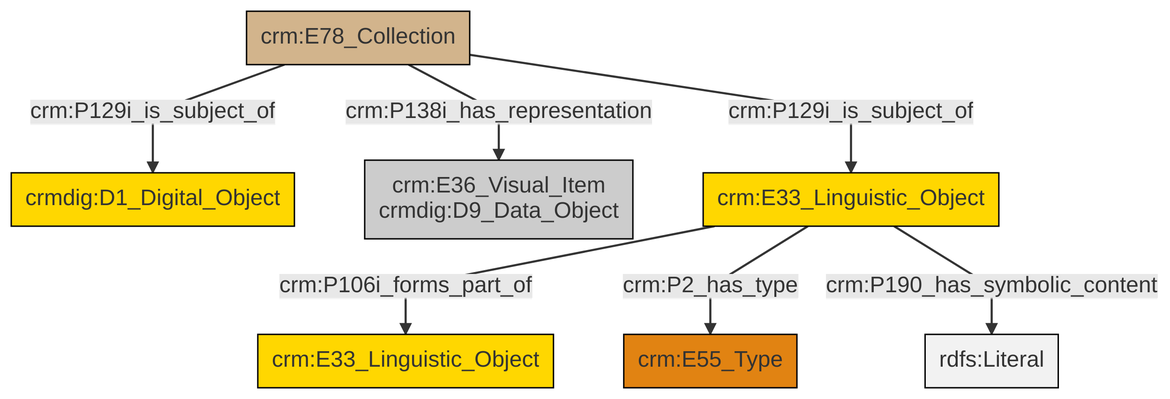
Above: et/archivalCSV/ttl/mmd/png/archival_docs.png in swiss-art-research-net/docs.swissartresearch (Mermaid), before the change. Its source is kept beside it as et/archivalCSV/ttl/mmd/archival_docs.ttl.mmd.
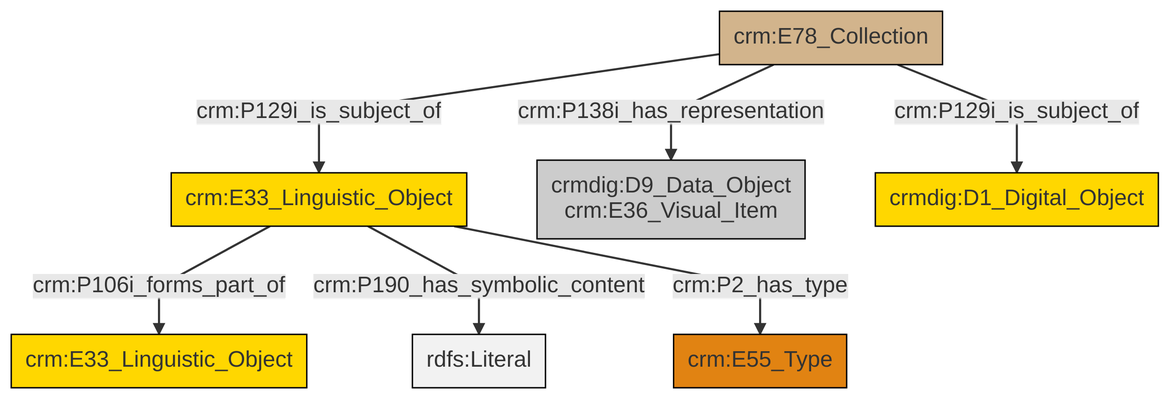
The same file after the commit.

Change to the diagram source:
```diff
@@ -13,9 +13,9 @@
 classDef PC_Classes fill:#4ce600, stroke:#000000;
 classDef Multi fill:#cccccc,stroke:#000000;
 
-0["crm:E78_Collection"]:::Physical_Thing -->|crm:P129i_is_subject_of| 1["crmdig:D1_Digital_Object"]:::Conceptual_Object
-4["crm:E33_Linguistic_Object"]:::Conceptual_Object -->|crm:P106i_forms_part_of| 5["crm:E33_Linguistic_Object"]:::Conceptual_Object
-0["crm:E78_Collection"]:::Physical_Thing -->|crm:P138i_has_representation| 2["crm:E36_Visual_Item<br>crmdig:D9_Data_Object"]:::Multi
-4["crm:E33_Linguistic_Object"]:::Conceptual_Object -->|crm:P2_has_type| 6["crm:E55_Type"]:::Type
-4["crm:E33_Linguistic_Object"]:::Conceptual_Object -->|crm:P190_has_symbolic_content| 10[rdfs:Literal]:::Literal
-0["crm:E78_Collection"]:::Physical_Thing -->|crm:P129i_is_subject_of| 4["crm:E33_Linguistic_Object"]:::Conceptual_Object
+0["crm:E78_Collection"]:::Physical_Thing -->|crm:P129i_is_subject_of| 1["crm:E33_Linguistic_Object"]:::Conceptual_Object
+1["crm:E33_Linguistic_Object"]:::Conceptual_Object -->|crm:P106i_forms_part_of| 5["crm:E33_Linguistic_Object"]:::Conceptual_Object
+1["crm:E33_Linguistic_Object"]:::Conceptual_Object -->|crm:P190_has_symbolic_content| 8[rdfs:Literal]:::Literal
+1["crm:E33_Linguistic_Object"]:::Conceptual_Object -->|crm:P2_has_type| 9["crm:E55_Type"]:::Type
+0["crm:E78_Collection"]:::Physical_Thing -->|crm:P129i_is_subject_of| 6["crmdig:D1_Digital_Object"]:::Conceptual_Object
+0["crm:E78_Collection"]:::Physical_Thing -->|crm:P138i_has_representation| 2["crmdig:D9_Data_Object<br>crm:E36_Visual_Item"]:::Multi
```
